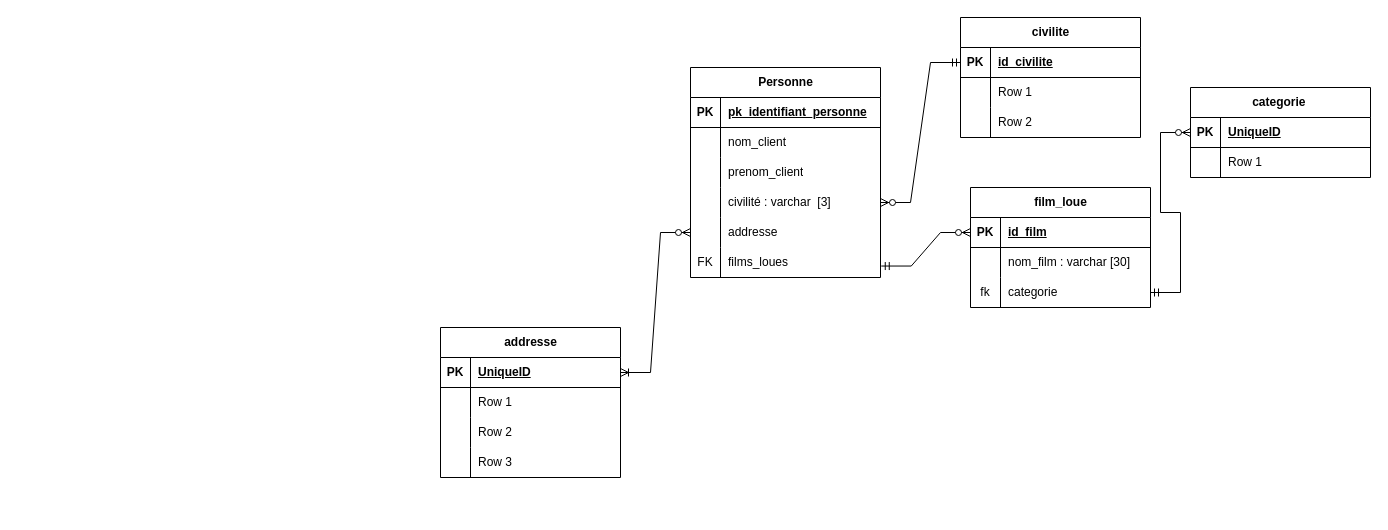
Above: Lab 1.drawio in franck-code/tests (draw.io), before the change. Source tidied: cells renumbered, new cells numbered last; positions are measured from the earlier drawing's top-left corner, leaving out a move shared by most shapes. Both pictures are drawn from the tidied source at 100%, with x=0, y=0 at pixel (440, 17).
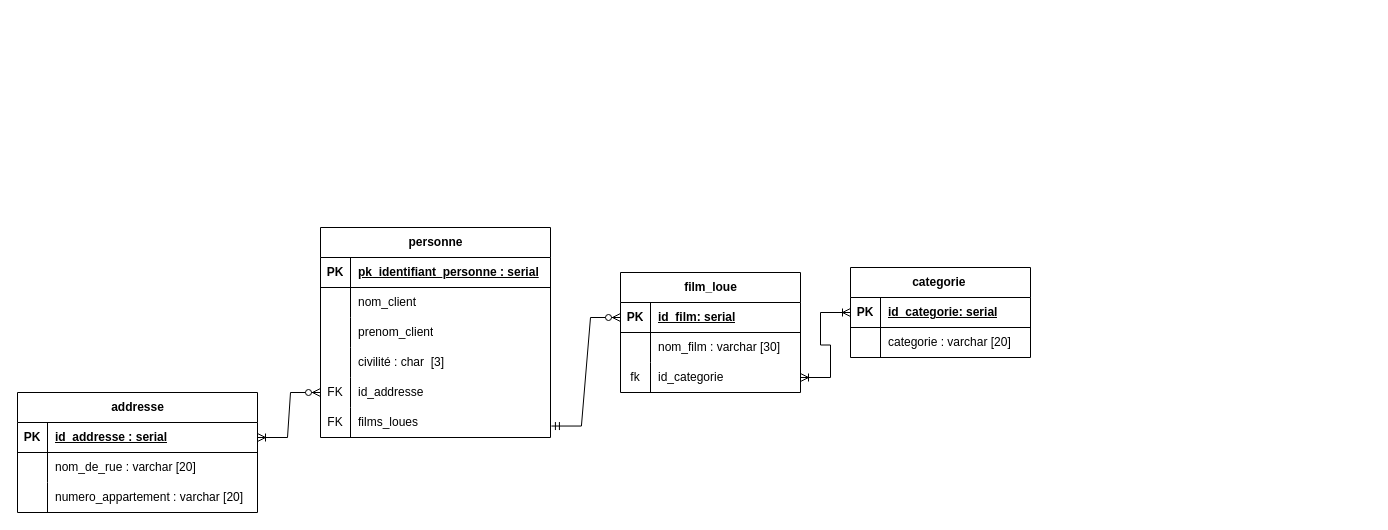
The same diagram, later.

Commit message:
Mettre à jour Lab 1.drawio

The change refers to these unchanged cells:
```xml
<mxCell id="14" style="shape=tableRow;horizontal=0;startSize=0;swimlaneHead=0;swimlaneBody=0;fillColor=none;points=[[0,0.5],[1,0.5]];portConstraint=eastwest;top=0;left=0;right=0;bottom=1;" parent="13" vertex="1">
  <mxGeometry y="30" width="180" height="30" as="geometry" />
</mxCell>
<mxCell id="20" style="shape=tableRow;horizontal=0;startSize=0;swimlaneHead=0;swimlaneBody=0;fillColor=none;points=[[0,0.5],[1,0.5]];portConstraint=eastwest;top=0;left=0;right=0;bottom=0;" parent="13" vertex="1">
  <mxGeometry y="90" width="180" height="30" as="geometry" />
</mxCell>
<mxCell id="45" style="shape=tableRow;horizontal=0;startSize=0;swimlaneHead=0;swimlaneBody=0;fillColor=none;points=[[0,0.5],[1,0.5]];portConstraint=eastwest;top=0;left=0;right=0;bottom=1;" parent="44" vertex="1">
  <mxGeometry y="30" width="180" height="30" as="geometry" />
</mxCell>
<mxCell id="48" style="shape=tableRow;horizontal=0;startSize=0;swimlaneHead=0;swimlaneBody=0;fillColor=none;top=0;left=0;right=0;bottom=0;" parent="44" vertex="1">
  <mxGeometry y="60" width="180" height="30" as="geometry" />
</mxCell>
```

Change to the diagram source:
```diff
@@
-    <mxCell id="2" value="civilite" style="shape=table;startSize=30;childLayout=tableLayout;rowLines=0;fontStyle=1;align=center;html=1;" parent="1" vertex="1">
-      <mxGeometry x="520" width="180" height="120" as="geometry" />
-    </mxCell>
-    <mxCell id="3" style="shape=tableRow;horizontal=0;startSize=0;swimlaneHead=0;swimlaneBody=0;fillColor=none;points=[[0,0.5],[1,0.5]];portConstraint=eastwest;top=0;left=0;right=0;bottom=1;" parent="2" vertex="1">
-      <mxGeometry y="30" width="180" height="30" as="geometry" />
-    </mxCell>
-    <mxCell id="4" value="PK" style="shape=partialRectangle;fillColor=none;top=0;left=0;bottom=0;right=0;fontStyle=1;overflow=hidden;whiteSpace=wrap;html=1;" parent="3" vertex="1">
-      <mxGeometry width="30" height="30" as="geometry" />
-    </mxCell>
-    <mxCell id="5" value="id_civilite" style="shape=partialRectangle;fillColor=none;top=0;left=0;bottom=0;right=0;align=left;spacingLeft=6;fontStyle=5;overflow=hidden;whiteSpace=wrap;html=1;" parent="3" vertex="1">
-      <mxGeometry x="30" width="150" height="30" as="geometry" />
-    </mxCell>
-    <mxCell id="6" style="shape=tableRow;horizontal=0;startSize=0;swimlaneHead=0;swimlaneBody=0;fillColor=none;top=0;left=0;right=0;bottom=0;" parent="2" vertex="1">
-      <mxGeometry y="60" width="180" height="30" as="geometry" />
-    </mxCell>
-    <mxCell id="7" style="shape=partialRectangle;fillColor=none;top=0;left=0;bottom=0;right=0;overflow=hidden;whiteSpace=wrap;html=1;" parent="6" vertex="1">
-      <mxGeometry width="30" height="30" as="geometry" />
-    </mxCell>
-    <mxCell id="8" value="Row 1" style="shape=partialRectangle;fillColor=none;top=0;left=0;bottom=0;right=0;align=left;spacingLeft=6;overflow=hidden;whiteSpace=wrap;html=1;" parent="6" vertex="1">
-      <mxGeometry x="30" width="150" height="30" as="geometry" />
-    </mxCell>
-    <mxCell id="9" style="shape=tableRow;horizontal=0;startSize=0;swimlaneHead=0;swimlaneBody=0;fillColor=none;top=0;left=0;right=0;bottom=0;" parent="2" vertex="1">
-      <mxGeometry y="90" width="180" height="30" as="geometry" />
-    </mxCell>
-    <mxCell id="10" style="shape=partialRectangle;fillColor=none;top=0;left=0;bottom=0;right=0;overflow=hidden;whiteSpace=wrap;html=1;" parent="9" vertex="1">
-      <mxGeometry width="30" height="30" as="geometry" />
-    </mxCell>
-    <mxCell id="11" value="Row 2" style="shape=partialRectangle;fillColor=none;top=0;left=0;bottom=0;right=0;align=left;spacingLeft=6;overflow=hidden;whiteSpace=wrap;html=1;" parent="9" vertex="1">
-      <mxGeometry x="30" width="150" height="30" as="geometry" />
-    </mxCell>
-    <mxCell id="12" style="edgeStyle=entityRelationEdgeStyle;fontSize=12;html=1;endArrow=ERmandOne;startArrow=ERzeroToMany;rounded=0;entryX=0;entryY=0.5;entryDx=0;entryDy=0;exitX=1;exitY=0.5;exitDx=0;exitDy=0;endFill=0;" parent="1" edge="1" source="33" target="3">
-      <mxGeometry relative="1" as="geometry" />
-    </mxCell>
     <mxCell id="13" value="film_loue" style="shape=table;startSize=30;childLayout=tableLayout;rowLines=0;fontStyle=1;align=center;html=1;" parent="1" vertex="1">
-      <mxGeometry x="530" y="170" width="180" height="120" as="geometry" />
+      <mxGeometry x="180" y="255" width="180" height="120" as="geometry" />
     </mxCell>
@@
-    <mxCell id="16" value="id_film" style="shape=partialRectangle;fillColor=none;top=0;left=0;bottom=0;right=0;align=left;spacingLeft=6;fontStyle=5;overflow=hidden;whiteSpace=wrap;html=1;" parent="14" vertex="1">
+    <mxCell id="16" value="id_film: serial" style="shape=partialRectangle;fillColor=none;top=0;left=0;bottom=0;right=0;align=left;spacingLeft=6;fontStyle=5;overflow=hidden;whiteSpace=wrap;html=1;" parent="14" vertex="1">
       <mxGeometry x="30" width="150" height="30" as="geometry" />
     </mxCell>
@@
-    <mxCell id="22" value="categorie" style="shape=partialRectangle;fillColor=none;top=0;left=0;bottom=0;right=0;align=left;spacingLeft=6;overflow=hidden;whiteSpace=wrap;html=1;" parent="20" vertex="1">
+    <mxCell id="22" value="id_categorie" style="shape=partialRectangle;fillColor=none;top=0;left=0;bottom=0;right=0;align=left;spacingLeft=6;overflow=hidden;whiteSpace=wrap;html=1;" parent="20" vertex="1">
       <mxGeometry x="30" width="150" height="30" as="geometry" />
     </mxCell>
-    <mxCell id="23" value="Personne" style="shape=table;startSize=30;childLayout=tableLayout;rowLines=0;fontStyle=1;align=center;html=1;" parent="1" vertex="1">
-      <mxGeometry x="250" y="50" width="190" height="210" as="geometry" />
+    <mxCell id="23" value="personne" style="shape=table;startSize=30;childLayout=tableLayout;rowLines=0;fontStyle=1;align=center;html=1;" parent="1" vertex="1">
+      <mxGeometry x="-120" y="210" width="230" height="210" as="geometry" />
     </mxCell>
     <mxCell id="24" style="shape=tableRow;horizontal=0;startSize=0;swimlaneHead=0;swimlaneBody=0;fillColor=none;top=0;left=0;right=0;bottom=1;" parent="23" vertex="1">
-      <mxGeometry y="30" width="190" height="30" as="geometry" />
+      <mxGeometry y="30" width="230" height="30" as="geometry" />
     </mxCell>
@@
-    <mxCell id="26" value="pk_identifiant_personne" style="shape=partialRectangle;fillColor=none;top=0;left=0;bottom=0;right=0;align=left;spacingLeft=6;fontStyle=5;overflow=hidden;whiteSpace=wrap;html=1;" parent="24" vertex="1">
-      <mxGeometry x="30" width="160" height="30" as="geometry" />
+    <mxCell id="26" value="pk_identifiant_personne : serial" style="shape=partialRectangle;fillColor=none;top=0;left=0;bottom=0;right=0;align=left;spacingLeft=6;fontStyle=5;overflow=hidden;whiteSpace=wrap;html=1;" parent="24" vertex="1">
+      <mxGeometry x="30" width="200" height="30" as="geometry" />
     </mxCell>
     <mxCell id="27" style="shape=tableRow;horizontal=0;startSize=0;swimlaneHead=0;swimlaneBody=0;fillColor=none;top=0;left=0;right=0;bottom=0;" parent="23" vertex="1">
-      <mxGeometry y="60" width="190" height="30" as="geometry" />
+      <mxGeometry y="60" width="230" height="30" as="geometry" />
     </mxCell>
@@
     <mxCell id="29" value="nom_client" style="shape=partialRectangle;fillColor=none;top=0;left=0;bottom=0;right=0;align=left;spacingLeft=6;overflow=hidden;whiteSpace=wrap;html=1;" parent="27" vertex="1">
-      <mxGeometry x="30" width="160" height="30" as="geometry" />
+      <mxGeometry x="30" width="200" height="30" as="geometry" />
     </mxCell>
     <mxCell id="30" style="shape=tableRow;horizontal=0;startSize=0;swimlaneHead=0;swimlaneBody=0;fillColor=none;top=0;left=0;right=0;bottom=0;" parent="23" vertex="1">
-      <mxGeometry y="90" width="190" height="30" as="geometry" />
+      <mxGeometry y="90" width="230" height="30" as="geometry" />
     </mxCell>
@@
     <mxCell id="32" value="prenom_client" style="shape=partialRectangle;fillColor=none;top=0;left=0;bottom=0;right=0;align=left;spacingLeft=6;overflow=hidden;whiteSpace=wrap;html=1;" parent="30" vertex="1">
-      <mxGeometry x="30" width="160" height="30" as="geometry" />
+      <mxGeometry x="30" width="200" height="30" as="geometry" />
     </mxCell>
     <mxCell id="33" style="shape=tableRow;horizontal=0;startSize=0;swimlaneHead=0;swimlaneBody=0;fillColor=none;points=[[0,0.5],[1,0.5]];portConstraint=eastwest;top=0;left=0;right=0;bottom=0;" parent="23" vertex="1">
-      <mxGeometry y="120" width="190" height="30" as="geometry" />
+      <mxGeometry y="120" width="230" height="30" as="geometry" />
     </mxCell>
@@
-    <mxCell id="35" value="civilité : varchar&amp;nbsp; [3]" style="shape=partialRectangle;fillColor=none;top=0;left=0;bottom=0;right=0;align=left;spacingLeft=6;overflow=hidden;whiteSpace=wrap;html=1;" parent="33" vertex="1">
-      <mxGeometry x="30" width="160" height="30" as="geometry" />
+    <mxCell id="35" value="civilité : char&amp;nbsp; [3]" style="shape=partialRectangle;fillColor=none;top=0;left=0;bottom=0;right=0;align=left;spacingLeft=6;overflow=hidden;whiteSpace=wrap;html=1;" parent="33" vertex="1">
+      <mxGeometry x="30" width="200" height="30" as="geometry" />
     </mxCell>
     <mxCell id="36" style="shape=tableRow;horizontal=0;startSize=0;swimlaneHead=0;swimlaneBody=0;fillColor=none;points=[[0,0.5],[1,0.5]];portConstraint=eastwest;top=0;left=0;right=0;bottom=0;" parent="23" vertex="1">
-      <mxGeometry y="150" width="190" height="30" as="geometry" />
+      <mxGeometry y="150" width="230" height="30" as="geometry" />
     </mxCell>
-    <mxCell id="37" style="shape=partialRectangle;fillColor=none;top=0;left=0;bottom=0;right=0;overflow=hidden;whiteSpace=wrap;html=1;" parent="36" vertex="1">
+    <mxCell id="37" value="FK" style="shape=partialRectangle;fillColor=none;top=0;left=0;bottom=0;right=0;overflow=hidden;whiteSpace=wrap;html=1;" parent="36" vertex="1">
       <mxGeometry width="30" height="30" as="geometry" />
     </mxCell>
-    <mxCell id="38" value="addresse" style="shape=partialRectangle;fillColor=none;top=0;left=0;bottom=0;right=0;align=left;spacingLeft=6;overflow=hidden;whiteSpace=wrap;html=1;" parent="36" vertex="1">
-      <mxGeometry x="30" width="160" height="30" as="geometry" />
+    <mxCell id="38" value="id_addresse" style="shape=partialRectangle;fillColor=none;top=0;left=0;bottom=0;right=0;align=left;spacingLeft=6;overflow=hidden;whiteSpace=wrap;html=1;" parent="36" vertex="1">
+      <mxGeometry x="30" width="200" height="30" as="geometry" />
     </mxCell>
     <mxCell id="39" style="shape=tableRow;horizontal=0;startSize=0;swimlaneHead=0;swimlaneBody=0;fillColor=none;points=[[0,0.5],[1,0.5]];portConstraint=eastwest;top=0;left=0;right=0;bottom=0;" parent="23" vertex="1">
-      <mxGeometry y="180" width="190" height="30" as="geometry" />
+      <mxGeometry y="180" width="230" height="30" as="geometry" />
     </mxCell>
@@
     <mxCell id="41" value="films_loues" style="shape=partialRectangle;fillColor=none;top=0;left=0;bottom=0;right=0;align=left;spacingLeft=6;overflow=hidden;whiteSpace=wrap;html=1;" parent="39" vertex="1">
-      <mxGeometry x="30" width="160" height="30" as="geometry" />
+      <mxGeometry x="30" width="200" height="30" as="geometry" />
     </mxCell>
     <mxCell id="42" style="edgeStyle=entityRelationEdgeStyle;fontSize=12;html=1;endArrow=ERzeroToMany;startArrow=ERmandOne;rounded=0;exitX=1.004;exitY=0.618;exitDx=0;exitDy=0;entryX=0;entryY=0.5;entryDx=0;entryDy=0;exitPerimeter=0;" parent="1" edge="1" source="39" target="14">
       <mxGeometry relative="1" as="geometry">
         <Array as="points">
-          <mxPoint x="360" y="35" />
-          <mxPoint x="420" y="35" />
-          <mxPoint x="400" y="75" />
-          <mxPoint x="430" y="55" />
+          <mxPoint x="40" y="185" />
+          <mxPoint x="100" y="185" />
+          <mxPoint x="80" y="225" />
+          <mxPoint x="110" y="205" />
         </Array>
       </mxGeometry>
     </mxCell>
-    <mxCell id="43" style="edgeStyle=entityRelationEdgeStyle;fontSize=12;html=1;endArrow=ERoneToMany;startArrow=ERzeroToMany;rounded=0;entryX=1;entryY=0.5;entryDx=0;entryDy=0;exitX=0;exitY=0.5;exitDx=0;exitDy=0;" parent="1" edge="1" source="36" target="53">
+    <mxCell id="43" style="edgeStyle=entityRelationEdgeStyle;fontSize=12;html=1;endArrow=ERoneToMany;startArrow=ERzeroToMany;rounded=0;entryX=1;entryY=0.5;entryDx=0;entryDy=0;exitX=0;exitY=0.5;exitDx=0;exitDy=0;" parent="1" edge="1" source="36" target="65">
       <mxGeometry relative="1" as="geometry" />
     </mxCell>
     <mxCell id="44" value="categorie&amp;nbsp;" style="shape=table;startSize=30;childLayout=tableLayout;rowLines=0;fontStyle=1;align=center;html=1;" parent="1" vertex="1">
-      <mxGeometry x="750" y="70" width="180" height="90" as="geometry" />
+      <mxGeometry x="410" y="250" width="180" height="90" as="geometry" />
     </mxCell>
@@
-    <mxCell id="47" value="UniqueID" style="shape=partialRectangle;fillColor=none;top=0;left=0;bottom=0;right=0;align=left;spacingLeft=6;fontStyle=5;overflow=hidden;whiteSpace=wrap;html=1;" parent="45" vertex="1">
+    <mxCell id="47" value="id_categorie: serial" style="shape=partialRectangle;fillColor=none;top=0;left=0;bottom=0;right=0;align=left;spacingLeft=6;fontStyle=5;overflow=hidden;whiteSpace=wrap;html=1;" parent="45" vertex="1">
       <mxGeometry x="30" width="150" height="30" as="geometry" />
     </mxCell>
@@
-    <mxCell id="50" value="Row 1" style="shape=partialRectangle;fillColor=none;top=0;left=0;bottom=0;right=0;align=left;spacingLeft=6;overflow=hidden;whiteSpace=wrap;html=1;" parent="48" vertex="1">
+    <mxCell id="50" value="categorie : varchar [20]&amp;nbsp;" style="shape=partialRectangle;fillColor=none;top=0;left=0;bottom=0;right=0;align=left;spacingLeft=6;overflow=hidden;whiteSpace=wrap;html=1;" parent="48" vertex="1">
       <mxGeometry x="30" width="150" height="30" as="geometry" />
     </mxCell>
-    <mxCell id="51" style="edgeStyle=entityRelationEdgeStyle;fontSize=12;html=1;endArrow=ERzeroToMany;startArrow=ERmandOne;rounded=0;entryX=0;entryY=0.5;entryDx=0;entryDy=0;exitX=1;exitY=0.5;exitDx=0;exitDy=0;" parent="1" edge="1" source="20" target="45">
+    <mxCell id="51" style="edgeStyle=entityRelationEdgeStyle;fontSize=12;html=1;endArrow=ERoneToMany;startArrow=ERoneToMany;rounded=0;entryX=0;entryY=0.5;entryDx=0;entryDy=0;exitX=1;exitY=0.5;exitDx=0;exitDy=0;endFill=0;startFill=0;" parent="1" edge="1" source="20" target="45">
       <mxGeometry relative="1" as="geometry" />
     </mxCell>
     <mxCell id="52" value="addresse" style="shape=table;startSize=30;childLayout=tableLayout;rowLines=0;fontStyle=1;align=center;html=1;" parent="1" vertex="1">
-      <mxGeometry y="310" width="180" height="150" as="geometry" />
+      <mxGeometry x="-423" y="375" width="240" height="120" as="geometry" />
     </mxCell>
-    <mxCell id="53" style="shape=tableRow;horizontal=0;startSize=0;swimlaneHead=0;swimlaneBody=0;fillColor=none;points=[[0,0.5],[1,0.5]];portConstraint=eastwest;top=0;left=0;right=0;bottom=1;" parent="52" vertex="1">
-      <mxGeometry y="30" width="180" height="30" as="geometry" />
-    </mxCell>
-    <mxCell id="54" value="PK" style="shape=partialRectangle;fillColor=none;top=0;left=0;bottom=0;right=0;fontStyle=1;overflow=hidden;whiteSpace=wrap;html=1;" parent="53" vertex="1">
-      <mxGeometry width="30" height="30" as="geometry" />
-    </mxCell>
-    <mxCell id="55" value="UniqueID" style="shape=partialRectangle;fillColor=none;top=0;left=0;bottom=0;right=0;align=left;spacingLeft=6;fontStyle=5;overflow=hidden;whiteSpace=wrap;html=1;" parent="53" vertex="1">
-      <mxGeometry x="30" width="150" height="30" as="geometry" />
-    </mxCell>
-    <mxCell id="56" style="shape=tableRow;horizontal=0;startSize=0;swimlaneHead=0;swimlaneBody=0;fillColor=none;top=0;left=0;right=0;bottom=0;" parent="52" vertex="1">
-      <mxGeometry y="60" width="180" height="30" as="geometry" />
-    </mxCell>
-    <mxCell id="57" style="shape=partialRectangle;fillColor=none;top=0;left=0;bottom=0;right=0;overflow=hidden;whiteSpace=wrap;html=1;" parent="56" vertex="1">
-      <mxGeometry width="30" height="30" as="geometry" />
-    </mxCell>
-    <mxCell id="58" value="Row 1" style="shape=partialRectangle;fillColor=none;top=0;left=0;bottom=0;right=0;align=left;spacingLeft=6;overflow=hidden;whiteSpace=wrap;html=1;" parent="56" vertex="1">
-      <mxGeometry x="30" width="150" height="30" as="geometry" />
-    </mxCell>
-    <mxCell id="59" style="shape=tableRow;horizontal=0;startSize=0;swimlaneHead=0;swimlaneBody=0;fillColor=none;top=0;left=0;right=0;bottom=0;" parent="52" vertex="1">
-      <mxGeometry y="90" width="180" height="30" as="geometry" />
-    </mxCell>
-    <mxCell id="60" style="shape=partialRectangle;fillColor=none;top=0;left=0;bottom=0;right=0;overflow=hidden;whiteSpace=wrap;html=1;" parent="59" vertex="1">
-      <mxGeometry width="30" height="30" as="geometry" />
-    </mxCell>
-    <mxCell id="61" value="Row 2" style="shape=partialRectangle;fillColor=none;top=0;left=0;bottom=0;right=0;align=left;spacingLeft=6;overflow=hidden;whiteSpace=wrap;html=1;" parent="59" vertex="1">
-      <mxGeometry x="30" width="150" height="30" as="geometry" />
-    </mxCell>
-    <mxCell id="62" style="shape=tableRow;horizontal=0;startSize=0;swimlaneHead=0;swimlaneBody=0;fillColor=none;top=0;left=0;right=0;bottom=0;" parent="52" vertex="1">
-      <mxGeometry y="120" width="180" height="30" as="geometry" />
-    </mxCell>
-    <mxCell id="63" style="shape=partialRectangle;fillColor=none;top=0;left=0;bottom=0;right=0;overflow=hidden;whiteSpace=wrap;html=1;" parent="62" vertex="1">
-      <mxGeometry width="30" height="30" as="geometry" />
-    </mxCell>
-    <mxCell id="64" value="Row 3" style="shape=partialRectangle;fillColor=none;top=0;left=0;bottom=0;right=0;align=left;spacingLeft=6;overflow=hidden;whiteSpace=wrap;html=1;" parent="62" vertex="1">
-      <mxGeometry x="30" width="150" height="30" as="geometry" />
-    </mxCell>
+    <mxCell id="65" style="shape=tableRow;horizontal=0;startSize=0;swimlaneHead=0;swimlaneBody=0;fillColor=none;points=[[0,0.5],[1,0.5]];portConstraint=eastwest;top=0;left=0;right=0;bottom=1;" parent="52" vertex="1">
+      <mxGeometry y="30" width="240" height="30" as="geometry" />
+    </mxCell>
+    <mxCell id="66" value="PK" style="shape=partialRectangle;fillColor=none;top=0;left=0;bottom=0;right=0;fontStyle=1;overflow=hidden;whiteSpace=wrap;html=1;" parent="65" vertex="1">
+      <mxGeometry width="30" height="30" as="geometry" />
+    </mxCell>
+    <mxCell id="67" value="id_addresse : serial" style="shape=partialRectangle;fillColor=none;top=0;left=0;bottom=0;right=0;align=left;spacingLeft=6;fontStyle=5;overflow=hidden;whiteSpace=wrap;html=1;" parent="65" vertex="1">
+      <mxGeometry x="30" width="210" height="30" as="geometry" />
+    </mxCell>
+    <mxCell id="68" style="shape=tableRow;horizontal=0;startSize=0;swimlaneHead=0;swimlaneBody=0;fillColor=none;top=0;left=0;right=0;bottom=0;" parent="52" vertex="1">
+      <mxGeometry y="60" width="240" height="30" as="geometry" />
+    </mxCell>
+    <mxCell id="69" style="shape=partialRectangle;fillColor=none;top=0;left=0;bottom=0;right=0;overflow=hidden;whiteSpace=wrap;html=1;" parent="68" vertex="1">
+      <mxGeometry width="30" height="30" as="geometry" />
+    </mxCell>
+    <mxCell id="70" value="nom_de_rue : varchar [20]" style="shape=partialRectangle;fillColor=none;top=0;left=0;bottom=0;right=0;align=left;spacingLeft=6;overflow=hidden;whiteSpace=wrap;html=1;" parent="68" vertex="1">
+      <mxGeometry x="30" width="210" height="30" as="geometry" />
+    </mxCell>
+    <mxCell id="71" style="shape=tableRow;horizontal=0;startSize=0;swimlaneHead=0;swimlaneBody=0;fillColor=none;top=0;left=0;right=0;bottom=0;" parent="52" vertex="1">
+      <mxGeometry y="90" width="240" height="30" as="geometry" />
+    </mxCell>
+    <mxCell id="72" style="shape=partialRectangle;fillColor=none;top=0;left=0;bottom=0;right=0;overflow=hidden;whiteSpace=wrap;html=1;" parent="71" vertex="1">
+      <mxGeometry width="30" height="30" as="geometry" />
+    </mxCell>
+    <mxCell id="73" value="numero_appartement : varchar [20]" style="shape=partialRectangle;fillColor=none;top=0;left=0;bottom=0;right=0;align=left;spacingLeft=6;overflow=hidden;whiteSpace=wrap;html=1;" parent="71" vertex="1">
+      <mxGeometry x="30" width="210" height="30" as="geometry" />
+    </mxCell>
```
